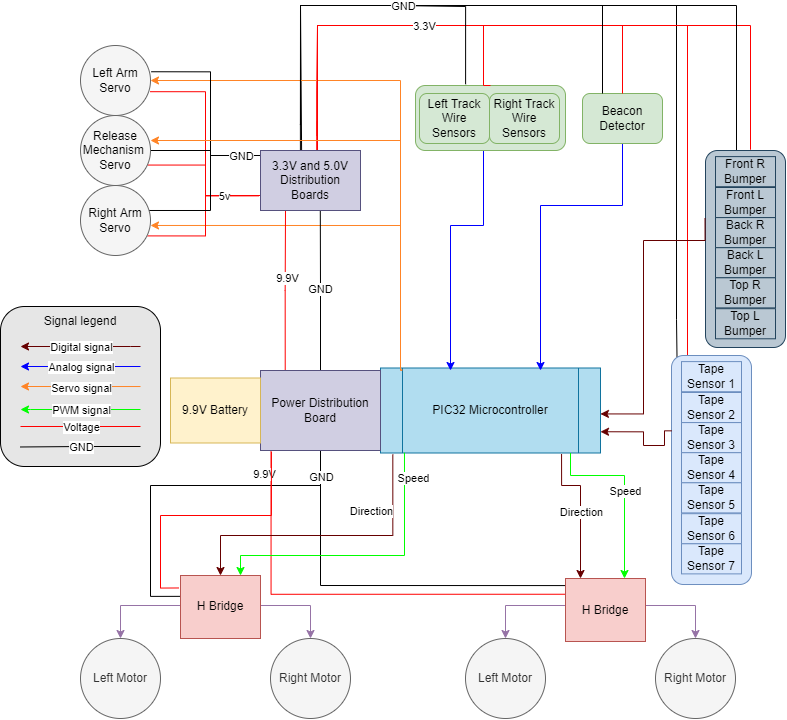
Above: img/mech/SystemBlockDiagram.drawio.png in Ahmed88888/AhmedAlazzawi.github.io (draw.io), before the change. Source tidied: cells renumbered, new cells last; positions are measured from the earlier drawing's top-left corner, leaving out a move shared by most shapes.
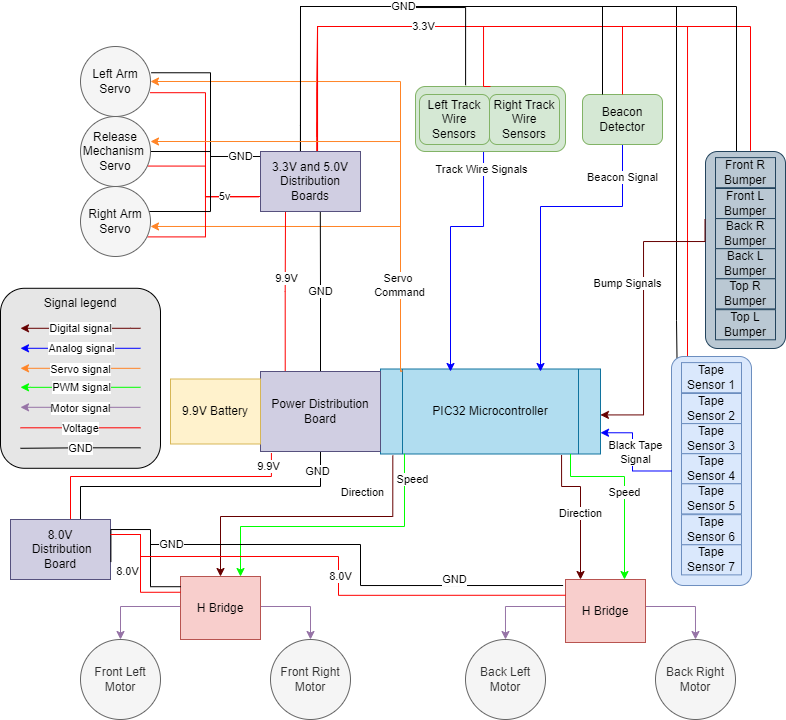
Above is the later version.

The edit, as a diff of the source:
```diff
@@ -43,12 +43,11 @@
         </Array>
       </mxGeometry>
     </mxCell>
-    <mxCell id="6" style="edgeStyle=orthogonalEdgeStyle;rounded=0;jettySize=auto;html=1;strokeColor=#000000;endArrow=none;endFill=0;entryX=-0.006;entryY=0.331;entryDx=0;entryDy=0;entryPerimeter=0;" parent="1" edge="1" source="15" target="45">
+    <mxCell id="6" style="edgeStyle=orthogonalEdgeStyle;rounded=0;jettySize=auto;html=1;strokeColor=#000000;endArrow=none;endFill=0;" parent="1" edge="1" source="15" target="106">
       <mxGeometry relative="1" as="geometry">
         <Array as="points">
           <mxPoint x="320" y="480" />
-          <mxPoint x="150" y="480" />
-          <mxPoint x="150" y="591" />
+          <mxPoint x="80" y="480" />
         </Array>
       </mxGeometry>
     </mxCell>
@@ -72,28 +71,9 @@
         </Array>
       </mxGeometry>
     </mxCell>
-    <mxCell id="10" style="edgeStyle=orthogonalEdgeStyle;rounded=0;jettySize=auto;html=1;strokeColor=#FF0000;exitX=0.088;exitY=1.01;exitDx=0;exitDy=0;exitPerimeter=0;endArrow=none;endFill=0;entryX=0;entryY=0.25;entryDx=0;entryDy=0;" parent="1" edge="1" source="15" target="73">
-      <mxGeometry relative="1" as="geometry" />
-    </mxCell>
-    <mxCell id="11" value="9.9V" style="edgeLabel;html=1;align=center;verticalAlign=middle;" parent="10" vertex="1">
-      <mxGeometry x="0.2" y="-1" relative="1" as="geometry">
-        <mxPoint x="-126" y="-121" as="offset" />
-      </mxGeometry>
-    </mxCell>
-    <mxCell id="12" style="edgeStyle=orthogonalEdgeStyle;rounded=0;jettySize=auto;html=1;strokeColor=#000000;endArrow=none;endFill=0;" parent="1" edge="1" source="15">
-      <mxGeometry relative="1" as="geometry">
-        <mxPoint x="320" y="580" as="targetPoint" />
-        <Array as="points">
-          <mxPoint x="280" y="370" />
-          <mxPoint x="280" y="370" />
-        </Array>
-      </mxGeometry>
-    </mxCell>
-    <mxCell id="13" value="GND" style="edgeLabel;html=1;align=center;verticalAlign=middle;" parent="12" vertex="1">
-      <mxGeometry x="0.56" relative="1" as="geometry">
-        <mxPoint y="-79" as="offset" />
-      </mxGeometry>
-    </mxCell>
+    <mxCell id="99" value="Servo &lt;br&gt;Command" style="edgeLabel;html=1;align=center;verticalAlign=middle;" parent="9" vertex="1">
+      <mxGeometry x="-0.67" y="1" relative="1" as="geometry" />
+    </mxCell>
     <mxCell id="14" value="GND" style="edgeStyle=orthogonalEdgeStyle;rounded=0;jettySize=auto;html=1;strokeColor=#000000;entryX=0.598;entryY=0.997;entryDx=0;entryDy=0;entryPerimeter=0;endArrow=none;endFill=0;" parent="1" edge="1" source="15" target="41">
       <mxGeometry x="0.01" relative="1" as="geometry" />
     </mxCell>
@@ -109,6 +89,11 @@
         </Array>
       </mxGeometry>
     </mxCell>
+    <mxCell id="100" value="Beacon Signal" style="edgeLabel;html=1;align=center;verticalAlign=middle;" parent="16" vertex="1">
+      <mxGeometry x="-0.47" y="-3" relative="1" as="geometry">
+        <mxPoint x="19" y="-26" as="offset" />
+      </mxGeometry>
+    </mxCell>
     <mxCell id="17" value="Beacon Detector" style="rounded=1;whiteSpace=wrap;html=1;fillColor=#d5e8d4;strokeColor=#82b366;" parent="1" vertex="1">
       <mxGeometry x="582" y="88" width="80" height="50" as="geometry" />
     </mxCell>
@@ -129,6 +114,9 @@
         </Array>
       </mxGeometry>
     </mxCell>
+    <mxCell id="101" value="Track Wire Signals" style="edgeLabel;html=1;align=center;verticalAlign=middle;" parent="19" vertex="1">
+      <mxGeometry x="-0.81" y="-2" relative="1" as="geometry" />
+    </mxCell>
     <mxCell id="20" style="rounded=1;whiteSpace=wrap;html=1;fillColor=#d5e8d4;strokeColor=#82b366;" parent="1" vertex="1">
       <mxGeometry x="415" y="80" width="150" height="65" as="geometry" />
     </mxCell>
@@ -258,7 +246,7 @@
         </Array>
       </mxGeometry>
     </mxCell>
-    <mxCell id="44" style="edgeStyle=orthogonalEdgeStyle;rounded=0;jettySize=auto;html=1;fillColor=#e1d5e7;strokeColor=#9673a6;" parent="1" edge="1" source="45" target="46">
+    <mxCell id="44" style="edgeStyle=orthogonalEdgeStyle;rounded=0;jettySize=auto;html=1;fillColor=#e1d5e7;strokeColor=#9673A6;" parent="1" edge="1" source="45" target="46">
       <mxGeometry relative="1" as="geometry">
         <Array as="points">
           <mxPoint x="120" y="600" />
@@ -268,39 +256,39 @@
     <mxCell id="45" value="H Bridge" style="rounded=0;whiteSpace=wrap;html=1;fillColor=#f8cecc;strokeColor=#b85450;" parent="1" vertex="1">
       <mxGeometry x="180" y="570" width="80" height="63" as="geometry" />
     </mxCell>
-    <mxCell id="46" value="Left Motor" style="ellipse;whiteSpace=wrap;html=1;fillColor=#f5f5f5;fontColor=#333333;strokeColor=#666666;" parent="1" vertex="1">
+    <mxCell id="46" value="Front Left Motor" style="ellipse;whiteSpace=wrap;html=1;fillColor=#f5f5f5;fontColor=#333333;strokeColor=#666666;" parent="1" vertex="1">
       <mxGeometry x="80" y="633" width="80" height="80" as="geometry" />
     </mxCell>
-    <mxCell id="47" value="Right Motor" style="ellipse;whiteSpace=wrap;html=1;fillColor=#f5f5f5;fontColor=#333333;strokeColor=#666666;" parent="1" vertex="1">
+    <mxCell id="47" value="Front Right Motor" style="ellipse;whiteSpace=wrap;html=1;fillColor=#f5f5f5;fontColor=#333333;strokeColor=#666666;" parent="1" vertex="1">
       <mxGeometry x="270" y="633" width="80" height="80" as="geometry" />
     </mxCell>
-    <mxCell id="48" style="edgeStyle=orthogonalEdgeStyle;rounded=0;jettySize=auto;html=1;strokeColor=#FF0000;exitX=0.091;exitY=1.019;exitDx=0;exitDy=0;exitPerimeter=0;endArrow=none;endFill=0;entryX=-0.024;entryY=0.198;entryDx=0;entryDy=0;entryPerimeter=0;" parent="1" edge="1" source="15" target="45">
+    <mxCell id="48" style="edgeStyle=orthogonalEdgeStyle;rounded=0;jettySize=auto;html=1;strokeColor=#FF0000;exitX=0.091;exitY=1.019;exitDx=0;exitDy=0;exitPerimeter=0;endArrow=none;endFill=0;entryX=0.5;entryY=0;entryDx=0;entryDy=0;" parent="1" edge="1" source="15" target="106">
       <mxGeometry relative="1" as="geometry">
         <Array as="points">
-          <mxPoint x="271" y="510" />
-          <mxPoint x="160" y="510" />
-          <mxPoint x="160" y="583" />
+          <mxPoint x="271" y="470" />
+          <mxPoint x="70" y="470" />
+          <mxPoint x="70" y="513" />
         </Array>
       </mxGeometry>
     </mxCell>
     <mxCell id="49" style="edgeStyle=orthogonalEdgeStyle;rounded=0;jettySize=auto;html=1;strokeColor=#660000;exitX=0.056;exitY=1.018;exitDx=0;exitDy=0;exitPerimeter=0;" parent="1" edge="1" source="7" target="45">
       <mxGeometry relative="1" as="geometry">
         <Array as="points">
-          <mxPoint x="392" y="530" />
-          <mxPoint x="220" y="530" />
+          <mxPoint x="392" y="510" />
+          <mxPoint x="220" y="510" />
         </Array>
       </mxGeometry>
     </mxCell>
     <mxCell id="50" value="Direction" style="edgeLabel;html=1;align=center;verticalAlign=middle;" parent="49" vertex="1">
       <mxGeometry x="-0.53" y="1" relative="1" as="geometry">
-        <mxPoint x="-23" y="-12" as="offset" />
+        <mxPoint x="-23" y="-25" as="offset" />
       </mxGeometry>
     </mxCell>
     <mxCell id="51" style="edgeStyle=orthogonalEdgeStyle;rounded=0;jettySize=auto;html=1;strokeColor=#00FF00;entryX=0.75;entryY=0;entryDx=0;entryDy=0;exitX=0.109;exitY=0.996;exitDx=0;exitDy=0;exitPerimeter=0;" parent="1" edge="1" source="7" target="45">
       <mxGeometry relative="1" as="geometry">
         <Array as="points">
-          <mxPoint x="404" y="550" />
-          <mxPoint x="240" y="550" />
+          <mxPoint x="404" y="520" />
+          <mxPoint x="240" y="520" />
         </Array>
       </mxGeometry>
     </mxCell>
@@ -368,13 +356,7 @@
         <mxPoint y="3" as="offset" />
       </mxGeometry>
     </mxCell>
-    <mxCell id="68" style="endArrow=none;html=1;rounded=0;entryX=0.007;entryY=0.16;entryDx=0;entryDy=0;entryPerimeter=0;" parent="1" edge="1">
-      <mxGeometry relative="1" as="geometry">
-        <mxPoint x="320" y="580" as="sourcePoint" />
-        <mxPoint x="570.5" y="580.1" as="targetPoint" />
-      </mxGeometry>
-    </mxCell>
-    <mxCell id="69" value="Right Motor" style="ellipse;whiteSpace=wrap;html=1;fillColor=#f5f5f5;fontColor=#333333;strokeColor=#666666;" parent="1" vertex="1">
+    <mxCell id="69" value="Back Right Motor" style="ellipse;whiteSpace=wrap;html=1;fillColor=#f5f5f5;fontColor=#333333;strokeColor=#666666;" parent="1" vertex="1">
       <mxGeometry x="655" y="633" width="80" height="80" as="geometry" />
     </mxCell>
     <mxCell id="70" style="edgeStyle=orthogonalEdgeStyle;rounded=0;jettySize=auto;html=1;exitX=1;exitY=0.5;exitDx=0;exitDy=0;fillColor=#e1d5e7;strokeColor=#9673a6;" parent="1" edge="1" target="69">
@@ -394,27 +376,17 @@
         </Array>
       </mxGeometry>
     </mxCell>
-    <mxCell id="72" value="Left Motor" style="ellipse;whiteSpace=wrap;html=1;fillColor=#f5f5f5;fontColor=#333333;strokeColor=#666666;" parent="1" vertex="1">
+    <mxCell id="72" value="Back Left Motor" style="ellipse;whiteSpace=wrap;html=1;fillColor=#f5f5f5;fontColor=#333333;strokeColor=#666666;" parent="1" vertex="1">
       <mxGeometry x="465" y="633" width="80" height="80" as="geometry" />
     </mxCell>
     <mxCell id="73" value="H Bridge" style="rounded=0;whiteSpace=wrap;html=1;fillColor=#f8cecc;strokeColor=#b85450;" parent="1" vertex="1">
       <mxGeometry x="565" y="573" width="80" height="63" as="geometry" />
     </mxCell>
-    <mxCell id="74" style="edgeStyle=orthogonalEdgeStyle;rounded=0;jettySize=auto;html=1;strokeColor=#660000;exitX=0.001;exitY=0.329;exitDx=0;exitDy=0;entryX=1;entryY=0.75;entryDx=0;entryDy=0;exitPerimeter=0;" parent="1" edge="1" source="54" target="7">
-      <mxGeometry relative="1" as="geometry">
-        <Array as="points">
-          <mxPoint x="664" y="425" />
-          <mxPoint x="664" y="440" />
-          <mxPoint x="643" y="440" />
-          <mxPoint x="643" y="426" />
-        </Array>
-      </mxGeometry>
-    </mxCell>
-    <mxCell id="75" style="group;" parent="1" vertex="1">
-      <mxGeometry y="301" width="160" height="160" as="geometry" />
+    <mxCell id="75" style="group;fontStyle=4;" parent="1" vertex="1">
+      <mxGeometry y="281.8" width="160" height="180" as="geometry" />
     </mxCell>
     <mxCell id="76" style="rounded=1;whiteSpace=wrap;html=1;labelBackgroundColor=none;fillColor=#E6E6E6;" parent="75" vertex="1">
-      <mxGeometry width="160" height="160" as="geometry" />
+      <mxGeometry width="160" height="180" as="geometry" />
     </mxCell>
     <mxCell id="77" style="edgeStyle=orthogonalEdgeStyle;rounded=0;orthogonalLoop=1;jettySize=auto;html=1;strokeColor=#660000;" parent="75" edge="1">
       <mxGeometry relative="1" as="geometry">
@@ -432,8 +404,8 @@
     </mxCell>
     <mxCell id="79" style="edgeStyle=orthogonalEdgeStyle;rounded=0;orthogonalLoop=1;jettySize=auto;html=1;strokeColor=#FF0000;endArrow=none;endFill=0;" parent="75" edge="1">
       <mxGeometry relative="1" as="geometry">
-        <mxPoint x="20" y="120" as="sourcePoint" />
-        <mxPoint x="140" y="120" as="targetPoint" />
+        <mxPoint x="20" y="139.5" as="sourcePoint" />
+        <mxPoint x="140" y="139.5" as="targetPoint" />
       </mxGeometry>
     </mxCell>
     <mxCell id="80" value="Voltage" style="edgeLabel;html=1;align=center;verticalAlign=middle;" parent="79" vertex="1">
@@ -443,10 +415,10 @@
     </mxCell>
     <mxCell id="81" style="edgeStyle=orthogonalEdgeStyle;rounded=0;orthogonalLoop=1;jettySize=auto;html=1;strokeColor=#000000;entryX=0.976;entryY=0.357;entryDx=0;entryDy=0;entryPerimeter=0;endArrow=none;endFill=0;" parent="75" edge="1">
       <mxGeometry relative="1" as="geometry">
-        <mxPoint x="140" y="140" as="sourcePoint" />
-        <mxPoint x="20" y="140.5" as="targetPoint" />
+        <mxPoint x="140" y="159.5" as="sourcePoint" />
+        <mxPoint x="20" y="160" as="targetPoint" />
         <Array as="points">
-          <mxPoint x="82" y="140" />
+          <mxPoint x="82" y="159.5" />
         </Array>
       </mxGeometry>
     </mxCell>
@@ -485,11 +457,11 @@
     </mxCell>
     <mxCell id="87" style="edgeStyle=orthogonalEdgeStyle;rounded=0;orthogonalLoop=1;jettySize=auto;html=1;strokeColor=#00FF00;" parent="75" edge="1">
       <mxGeometry relative="1" as="geometry">
-        <mxPoint x="140" y="103" as="sourcePoint" />
-        <mxPoint x="20" y="103" as="targetPoint" />
+        <mxPoint x="140" y="99" as="sourcePoint" />
+        <mxPoint x="20" y="99" as="targetPoint" />
         <Array as="points">
-          <mxPoint x="30" y="103" />
-          <mxPoint x="30" y="103" />
+          <mxPoint x="30" y="99" />
+          <mxPoint x="30" y="99" />
         </Array>
       </mxGeometry>
     </mxCell>
@@ -501,6 +473,20 @@
     <mxCell id="89" value="Signal legend" style="text;html=1;strokeColor=none;fillColor=none;align=center;verticalAlign=middle;whiteSpace=wrap;rounded=0;labelBackgroundColor=none;" parent="75" vertex="1">
       <mxGeometry x="15" width="130" height="30" as="geometry" />
     </mxCell>
+    <mxCell id="102" style="edgeStyle=orthogonalEdgeStyle;rounded=0;orthogonalLoop=1;jettySize=auto;html=1;strokeColor=#9673A6;entryX=1;entryY=0.571;entryDx=0;entryDy=0;entryPerimeter=0;" parent="75" edge="1">
+      <mxGeometry relative="1" as="geometry">
+        <mxPoint x="140" y="119" as="sourcePoint" />
+        <mxPoint x="20" y="119" as="targetPoint" />
+        <Array as="points">
+          <mxPoint x="140" y="119" />
+        </Array>
+      </mxGeometry>
+    </mxCell>
+    <mxCell id="103" value="Motor signal" style="edgeLabel;html=1;align=center;verticalAlign=middle;" parent="102" vertex="1">
+      <mxGeometry x="0.63" y="1" relative="1" as="geometry">
+        <mxPoint x="38" as="offset" />
+      </mxGeometry>
+    </mxCell>
     <mxCell id="90" style="group;" parent="1" vertex="1">
       <mxGeometry x="705" y="145" width="80" height="262.5" as="geometry" />
     </mxCell>
@@ -535,5 +521,94 @@
         </Array>
       </mxGeometry>
     </mxCell>
+    <mxCell id="104" value="Bump Signals" style="edgeLabel;html=1;align=center;verticalAlign=middle;" parent="98" vertex="1">
+      <mxGeometry x="-0.15" y="-2" relative="1" as="geometry">
+        <mxPoint x="-14" y="-2" as="offset" />
+      </mxGeometry>
+    </mxCell>
+    <mxCell id="74" style="edgeStyle=orthogonalEdgeStyle;rounded=0;jettySize=auto;html=1;strokeColor=#0000FF;exitX=0;exitY=0.5;exitDx=0;exitDy=0;entryX=1;entryY=0.75;entryDx=0;entryDy=0;" parent="1" edge="1" source="54" target="7">
+      <mxGeometry relative="1" as="geometry">
+        <Array as="points">
+          <mxPoint x="632" y="465" />
+          <mxPoint x="632" y="426" />
+        </Array>
+      </mxGeometry>
+    </mxCell>
+    <mxCell id="105" value="Black Tape&lt;br&gt;Signal" style="edgeLabel;html=1;align=center;verticalAlign=middle;" parent="74" vertex="1">
+      <mxGeometry x="-0.45" y="-3" relative="1" as="geometry">
+        <mxPoint x="-6" y="-16" as="offset" />
+      </mxGeometry>
+    </mxCell>
+    <mxCell id="106" value="8.0V&lt;br&gt;&amp;nbsp;Distribution Board" style="rounded=0;whiteSpace=wrap;html=1;fillColor=#d0cee2;strokeColor=#56517e;" parent="1" vertex="1">
+      <mxGeometry x="10" y="513" width="100" height="60" as="geometry" />
+    </mxCell>
+    <mxCell id="11" value="9.9V" style="edgeLabel;html=1;align=center;verticalAlign=middle;" parent="1" vertex="1">
+      <mxGeometry x="260" y="461.8" as="geometry">
+        <mxPoint x="8" y="-2" as="offset" />
+      </mxGeometry>
+    </mxCell>
+    <mxCell id="107" value="GND" style="edgeLabel;html=1;align=center;verticalAlign=middle;" parent="1" vertex="1">
+      <mxGeometry x="320" y="461.8" as="geometry">
+        <mxPoint x="-3" y="3" as="offset" />
+      </mxGeometry>
+    </mxCell>
+    <mxCell id="108" style="edgeStyle=orthogonalEdgeStyle;rounded=0;jettySize=auto;html=1;strokeColor=#FF0000;endArrow=none;endFill=0;exitX=1;exitY=0.25;exitDx=0;exitDy=0;entryX=0;entryY=0.25;entryDx=0;entryDy=0;" parent="1" edge="1" source="106" target="45">
+      <mxGeometry relative="1" as="geometry">
+        <Array as="points">
+          <mxPoint x="140" y="528" />
+          <mxPoint x="140" y="586" />
+        </Array>
+      </mxGeometry>
+    </mxCell>
+    <mxCell id="109" value="8.0V" style="edgeLabel;html=1;align=center;verticalAlign=middle;" parent="108" vertex="1">
+      <mxGeometry x="0.2" y="-1" relative="1" as="geometry">
+        <mxPoint x="-12" y="-10" as="offset" />
+      </mxGeometry>
+    </mxCell>
+    <mxCell id="110" style="edgeStyle=orthogonalEdgeStyle;rounded=0;orthogonalLoop=1;jettySize=auto;html=1;strokeColor=#000000;endArrow=none;endFill=0;exitX=-0.03;exitY=0.124;exitDx=0;exitDy=0;exitPerimeter=0;" parent="1" edge="1">
+      <mxGeometry relative="1" as="geometry">
+        <mxPoint x="562.6" y="579" as="sourcePoint" />
+        <mxPoint x="150" y="548.2" as="targetPoint" />
+        <Array as="points">
+          <mxPoint x="360" y="579" />
+          <mxPoint x="360" y="538" />
+          <mxPoint x="150" y="538" />
+        </Array>
+      </mxGeometry>
+    </mxCell>
+    <mxCell id="111" value="GND" style="edgeLabel;html=1;align=center;verticalAlign=middle;" parent="110" vertex="1">
+      <mxGeometry x="0.3" relative="1" as="geometry">
+        <mxPoint x="151" y="35" as="offset" />
+      </mxGeometry>
+    </mxCell>
+    <mxCell id="112" style="edgeStyle=orthogonalEdgeStyle;rounded=0;jettySize=auto;html=1;strokeColor=#000000;endArrow=none;endFill=0;entryX=1.004;entryY=0.709;entryDx=0;entryDy=0;entryPerimeter=0;exitX=0.006;exitY=0.162;exitDx=0;exitDy=0;exitPerimeter=0;" parent="1" edge="1" source="45" target="106">
+      <mxGeometry relative="1" as="geometry">
+        <Array as="points">
+          <mxPoint x="150" y="580" />
+          <mxPoint x="150" y="523" />
+          <mxPoint x="110" y="523" />
+        </Array>
+      </mxGeometry>
+    </mxCell>
+    <mxCell id="113" value="GND" style="edgeLabel;html=1;align=center;verticalAlign=middle;" parent="112" vertex="1">
+      <mxGeometry x="0.3" relative="1" as="geometry">
+        <mxPoint x="36" y="15" as="offset" />
+      </mxGeometry>
+    </mxCell>
+    <mxCell id="114" style="edgeStyle=orthogonalEdgeStyle;rounded=0;jettySize=auto;html=1;strokeColor=#FF0000;endArrow=none;endFill=0;entryX=0;entryY=0.25;entryDx=0;entryDy=0;exitX=1;exitY=0.25;exitDx=0;exitDy=0;" parent="1" edge="1" source="106" target="73">
+      <mxGeometry relative="1" as="geometry">
+        <Array as="points">
+          <mxPoint x="140" y="528" />
+          <mxPoint x="140" y="550" />
+          <mxPoint x="338" y="550" />
+          <mxPoint x="338" y="589" />
+        </Array>
+      </mxGeometry>
+    </mxCell>
+    <mxCell id="115" value="8.0V" style="edgeLabel;html=1;align=center;verticalAlign=middle;" parent="114" vertex="1">
+      <mxGeometry x="0.2" y="-1" relative="1" as="geometry">
+        <mxPoint x="-19" y="-20" as="offset" />
+      </mxGeometry>
+    </mxCell>
   </root>
 </mxGraphModel>
```
